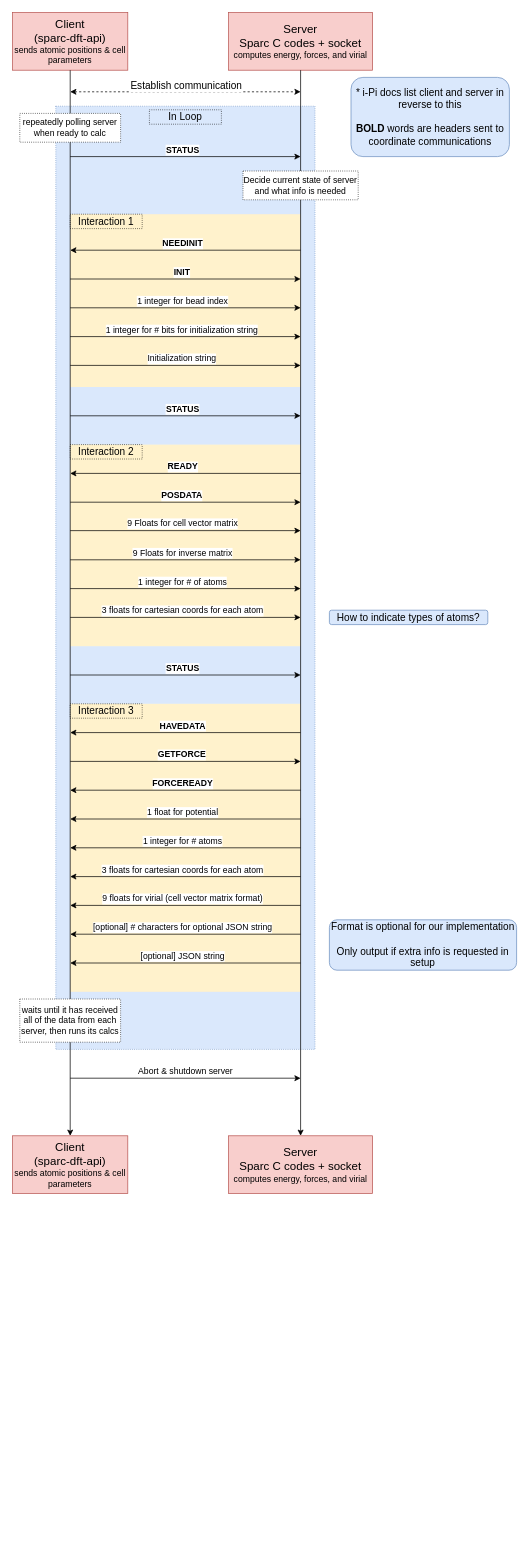
adinhobl/sparc-dft-api keeps this draw.io diagram as sparc/socket/SparcInterface.drawio. Above is the earlier version. Source tidied: cells renumbered, new cells numbered last; positions are measured from the earlier drawing's top-left corner, leaving out a move shared by most shapes. Both pictures are drawn from the tidied source at 72%, with x=0, y=0 at pixel (12, 12).
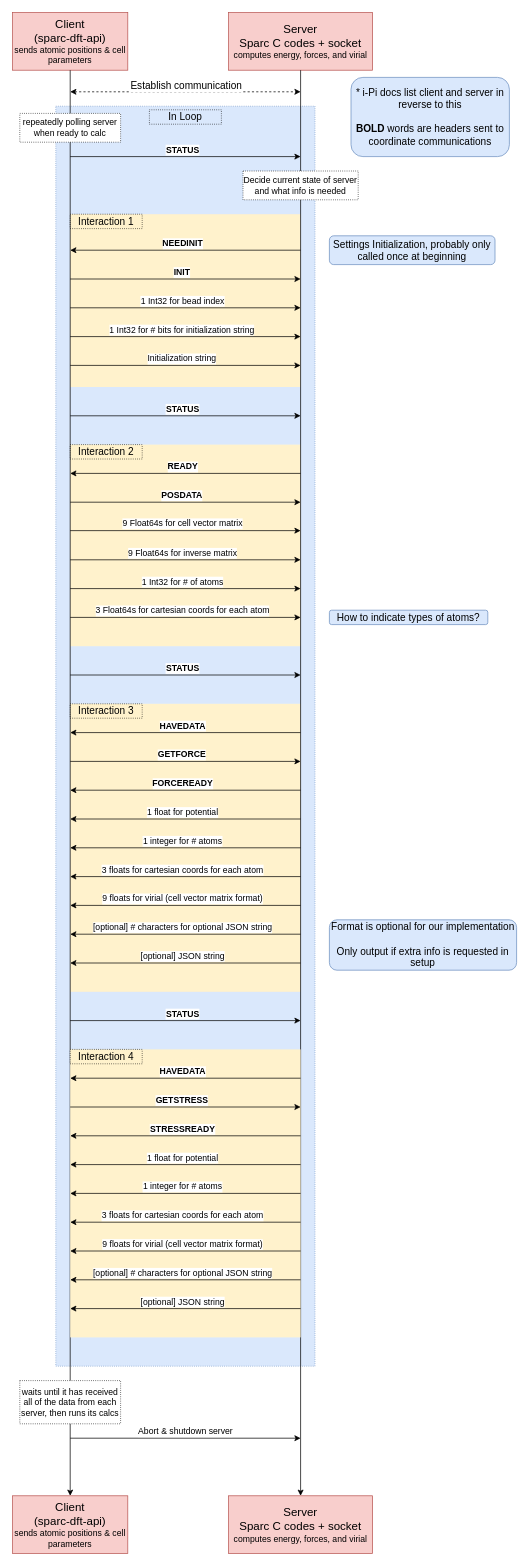
Above is the later version.

The change refers to these unchanged cells:
```xml
<mxCell id="19" style="endArrow=classic;html=1;rounded=0;fontSize=12;" parent="1" edge="1">
  <mxGeometry relative="1" as="geometry">
    <mxPoint x="80" y="410" as="sourcePoint" />
    <mxPoint x="400" y="410" as="targetPoint" />
  </mxGeometry>
</mxCell>
<mxCell id="21" style="endArrow=classic;html=1;rounded=0;fontSize=12;" parent="1" edge="1">
  <mxGeometry relative="1" as="geometry">
    <mxPoint x="80" y="450" as="sourcePoint" />
    <mxPoint x="400" y="450" as="targetPoint" />
  </mxGeometry>
</mxCell>
<mxCell id="33" style="endArrow=classic;html=1;rounded=0;fontSize=12;strokeWidth=1;" parent="1" edge="1">
  <mxGeometry relative="1" as="geometry">
    <mxPoint x="80" y="719.5" as="sourcePoint" />
    <mxPoint x="400" y="719.5" as="targetPoint" />
  </mxGeometry>
</mxCell>
<mxCell id="39" style="endArrow=classic;html=1;rounded=0;fontSize=12;strokeWidth=1;" parent="1" edge="1">
  <mxGeometry relative="1" as="geometry">
    <mxPoint x="80" y="760" as="sourcePoint" />
    <mxPoint x="400" y="760" as="targetPoint" />
  </mxGeometry>
</mxCell>
<mxCell id="41" style="endArrow=classic;html=1;rounded=0;fontSize=12;strokeWidth=1;" parent="1" edge="1">
  <mxGeometry relative="1" as="geometry">
    <mxPoint x="80" y="800" as="sourcePoint" />
    <mxPoint x="400" y="800" as="targetPoint" />
  </mxGeometry>
</mxCell>
<mxCell id="43" style="endArrow=classic;html=1;rounded=0;fontSize=12;strokeWidth=1;" parent="1" edge="1">
  <mxGeometry relative="1" as="geometry">
    <mxPoint x="80" y="840" as="sourcePoint" />
    <mxPoint x="400" y="840" as="targetPoint" />
  </mxGeometry>
</mxCell>
```

The edit, as a diff of the source:
```diff
@@
     <mxCell id="2" style="rounded=0;whiteSpace=wrap;html=1;dashed=1;dashPattern=1 2;fontSize=12;strokeColor=#6c8ebf;fillColor=#dae8fc;" parent="1" vertex="1">
-      <mxGeometry x="60" y="130" width="360" height="1310" as="geometry" />
+      <mxGeometry x="60" y="130" width="360" height="1750" as="geometry" />
     </mxCell>
@@
     <mxCell id="10" value="&lt;font style=&quot;font-size: 16px&quot;&gt;Client &lt;br&gt;(sparc-dft-api)&lt;/font&gt;&lt;br&gt;sends atomic positions &amp;amp; cell parameters" style="text;html=1;strokeColor=#b85450;fillColor=#f8cecc;align=center;verticalAlign=middle;whiteSpace=wrap;rounded=0;" parent="1" vertex="1">
-      <mxGeometry y="1560" width="160" height="80" as="geometry" />
+      <mxGeometry y="2060" width="160" height="80" as="geometry" />
     </mxCell>
     <mxCell id="11" value="&lt;font style=&quot;font-size: 16px&quot;&gt;Server&lt;br&gt;Sparc C codes + socket&lt;br&gt;&lt;/font&gt;computes energy, forces, and virial" style="text;html=1;strokeColor=#b85450;fillColor=#f8cecc;align=center;verticalAlign=middle;whiteSpace=wrap;rounded=0;" parent="1" vertex="1">
-      <mxGeometry x="300" y="1560" width="200" height="80" as="geometry" />
+      <mxGeometry x="300" y="2060" width="200" height="80" as="geometry" />
     </mxCell>
@@
-    <mxCell id="20" value="1 integer for bead index" style="edgeLabel;html=1;align=center;verticalAlign=middle;fontSize=12;" parent="19" vertex="1">
+    <mxCell id="20" value="1 Int32 for bead index" style="edgeLabel;html=1;align=center;verticalAlign=middle;fontSize=12;" parent="19" vertex="1">
       <mxGeometry x="0.57" y="1" relative="1" as="geometry">
         <mxPoint x="-96" y="-9" as="offset" />
       </mxGeometry>
     </mxCell>
@@
-    <mxCell id="22" value="1 integer for # bits for initialization string" style="edgeLabel;html=1;align=center;verticalAlign=middle;fontSize=12;" parent="21" vertex="1">
+    <mxCell id="22" value="1 Int32 for # bits for initialization string" style="edgeLabel;html=1;align=center;verticalAlign=middle;fontSize=12;" parent="21" vertex="1">
       <mxGeometry x="-0.33" y="-1" relative="1" as="geometry">
         <mxPoint x="47" y="-11" as="offset" />
       </mxGeometry>
     </mxCell>
@@
-    <mxCell id="34" value="9 Floats for cell vector matrix" style="edgeLabel;html=1;align=center;verticalAlign=middle;fontSize=12;" parent="33" vertex="1">
+    <mxCell id="34" value="9 Float64s for cell vector matrix" style="edgeLabel;html=1;align=center;verticalAlign=middle;fontSize=12;" parent="33" vertex="1">
       <mxGeometry x="0.57" y="1" relative="1" as="geometry">
         <mxPoint x="-96" y="-9" as="offset" />
       </mxGeometry>
     </mxCell>
@@
-    <mxCell id="40" value="9 Floats for inverse matrix" style="edgeLabel;html=1;align=center;verticalAlign=middle;fontSize=12;" parent="39" vertex="1">
+    <mxCell id="40" value="9 Float64s for inverse matrix" style="edgeLabel;html=1;align=center;verticalAlign=middle;fontSize=12;" parent="39" vertex="1">
       <mxGeometry x="0.57" y="1" relative="1" as="geometry">
         <mxPoint x="-96" y="-9" as="offset" />
       </mxGeometry>
     </mxCell>
@@
-    <mxCell id="42" value="1 integer for # of atoms" style="edgeLabel;html=1;align=center;verticalAlign=middle;fontSize=12;" parent="41" vertex="1">
+    <mxCell id="42" value="1 Int32 for # of atoms" style="edgeLabel;html=1;align=center;verticalAlign=middle;fontSize=12;" parent="41" vertex="1">
       <mxGeometry x="0.57" y="1" relative="1" as="geometry">
         <mxPoint x="-96" y="-9" as="offset" />
       </mxGeometry>
     </mxCell>
@@
-    <mxCell id="44" value="3 floats for cartesian coords for each atom" style="edgeLabel;html=1;align=center;verticalAlign=middle;fontSize=12;" parent="43" vertex="1">
+    <mxCell id="44" value="3 Float64s for cartesian coords for each atom" style="edgeLabel;html=1;align=center;verticalAlign=middle;fontSize=12;" parent="43" vertex="1">
       <mxGeometry x="0.57" y="1" relative="1" as="geometry">
         <mxPoint x="-96" y="-9" as="offset" />
       </mxGeometry>
     </mxCell>
@@
     <mxCell id="68" value="&lt;div&gt;waits until it has received all of the data from each server, then runs its calcs&lt;br&gt;&lt;/div&gt;" style="rounded=0;whiteSpace=wrap;html=1;dashed=1;dashPattern=1 2;fontSize=12;strokeColor=default;" parent="1" vertex="1">
-      <mxGeometry x="10" y="1370" width="140" height="60" as="geometry" />
+      <mxGeometry x="10" y="1900" width="140" height="60" as="geometry" />
     </mxCell>
@@
     <mxCell id="70" style="endArrow=classic;html=1;rounded=0;fontSize=12;strokeWidth=1;" parent="1" edge="1">
       <mxGeometry relative="1" as="geometry">
-        <mxPoint x="80" y="1480" as="sourcePoint" />
-        <mxPoint x="400" y="1480" as="targetPoint" />
+        <mxPoint x="80" y="1980" as="sourcePoint" />
+        <mxPoint x="400" y="1980" as="targetPoint" />
       </mxGeometry>
     </mxCell>
@@
+    <mxCell id="72" style="rounded=0;whiteSpace=wrap;html=1;fontSize=14;fillColor=#fff2cc;strokeColor=none;" parent="1" vertex="1">
+      <mxGeometry x="80" y="1440" width="320" height="400" as="geometry" />
+    </mxCell>
+    <mxCell id="73" style="endArrow=classic;html=1;rounded=0;fontSize=14;" parent="1" edge="1">
+      <mxGeometry relative="1" as="geometry">
+        <mxPoint x="80" y="1400" as="sourcePoint" />
+        <mxPoint x="400" y="1400" as="targetPoint" />
+      </mxGeometry>
+    </mxCell>
+    <mxCell id="74" value="&lt;b&gt;STATUS&lt;/b&gt;" style="edgeLabel;html=1;align=center;verticalAlign=middle;fontSize=12;" parent="73" vertex="1">
+      <mxGeometry x="0.31" y="1" relative="1" as="geometry">
+        <mxPoint x="-55" y="-9" as="offset" />
+      </mxGeometry>
+    </mxCell>
+    <mxCell id="75" value="Interaction 4" style="text;html=1;strokeColor=default;fillColor=none;align=center;verticalAlign=middle;whiteSpace=wrap;rounded=0;fontSize=14;dashed=1;dashPattern=1 2;" parent="1" vertex="1">
+      <mxGeometry x="80" y="1440" width="100" height="20" as="geometry" />
+    </mxCell>
+    <mxCell id="76" style="endArrow=classic;html=1;rounded=0;fontSize=12;" parent="1" edge="1">
+      <mxGeometry relative="1" as="geometry">
+        <mxPoint x="400" y="1480" as="sourcePoint" />
+        <mxPoint x="80" y="1480" as="targetPoint" />
+      </mxGeometry>
+    </mxCell>
+    <mxCell id="77" value="&lt;b&gt;HAVEDATA&lt;/b&gt;" style="edgeLabel;html=1;align=center;verticalAlign=middle;fontSize=12;" parent="76" vertex="1">
+      <mxGeometry x="0.11" y="-4" relative="1" as="geometry">
+        <mxPoint x="13" y="-6" as="offset" />
+      </mxGeometry>
+    </mxCell>
+    <mxCell id="78" style="endArrow=classic;html=1;rounded=0;fontSize=12;" parent="1" edge="1">
+      <mxGeometry relative="1" as="geometry">
+        <mxPoint x="80" y="1520" as="sourcePoint" />
+        <mxPoint x="400" y="1520" as="targetPoint" />
+      </mxGeometry>
+    </mxCell>
+    <mxCell id="79" value="&lt;b&gt;GETSTRESS&lt;/b&gt;" style="edgeLabel;html=1;align=center;verticalAlign=middle;fontSize=12;" parent="78" vertex="1">
+      <mxGeometry x="0.24" y="1" relative="1" as="geometry">
+        <mxPoint x="-44" y="-9" as="offset" />
+      </mxGeometry>
+    </mxCell>
+    <mxCell id="80" style="endArrow=none;html=1;rounded=0;fontSize=12;strokeWidth=1;startArrow=classic;startFill=1;endFill=0;" parent="1" edge="1">
+      <mxGeometry relative="1" as="geometry">
+        <mxPoint x="80" y="1600" as="sourcePoint" />
+        <mxPoint x="400" y="1600" as="targetPoint" />
+      </mxGeometry>
+    </mxCell>
+    <mxCell id="81" value="1 float for potential" style="edgeLabel;html=1;align=center;verticalAlign=middle;fontSize=12;" parent="80" vertex="1">
+      <mxGeometry x="0.57" y="1" relative="1" as="geometry">
+        <mxPoint x="-96" y="-9" as="offset" />
+      </mxGeometry>
+    </mxCell>
+    <mxCell id="82" style="endArrow=classic;html=1;rounded=0;fontSize=12;" parent="1" edge="1">
+      <mxGeometry relative="1" as="geometry">
+        <mxPoint x="400" y="1560" as="sourcePoint" />
+        <mxPoint x="80" y="1560" as="targetPoint" />
+      </mxGeometry>
+    </mxCell>
+    <mxCell id="83" value="&lt;b&gt;STRESSREADY&lt;/b&gt;" style="edgeLabel;html=1;align=center;verticalAlign=middle;fontSize=12;" parent="82" vertex="1">
+      <mxGeometry x="0.11" y="-4" relative="1" as="geometry">
+        <mxPoint x="13" y="-6" as="offset" />
+      </mxGeometry>
+    </mxCell>
+    <mxCell id="84" style="endArrow=none;html=1;rounded=0;fontSize=12;strokeWidth=1;startArrow=classic;startFill=1;endFill=0;" parent="1" edge="1">
+      <mxGeometry relative="1" as="geometry">
+        <mxPoint x="80" y="1640" as="sourcePoint" />
+        <mxPoint x="400" y="1640" as="targetPoint" />
+      </mxGeometry>
+    </mxCell>
+    <mxCell id="85" value="1 integer for # atoms" style="edgeLabel;html=1;align=center;verticalAlign=middle;fontSize=12;" parent="84" vertex="1">
+      <mxGeometry x="0.57" y="1" relative="1" as="geometry">
+        <mxPoint x="-96" y="-9" as="offset" />
+      </mxGeometry>
+    </mxCell>
+    <mxCell id="86" style="endArrow=none;html=1;rounded=0;fontSize=12;strokeWidth=1;startArrow=classic;startFill=1;endFill=0;" parent="1" edge="1">
+      <mxGeometry relative="1" as="geometry">
+        <mxPoint x="80" y="1680" as="sourcePoint" />
+        <mxPoint x="400" y="1680" as="targetPoint" />
+      </mxGeometry>
+    </mxCell>
+    <mxCell id="87" value="3 floats for cartesian coords for each atom" style="edgeLabel;html=1;align=center;verticalAlign=middle;fontSize=12;" parent="86" vertex="1">
+      <mxGeometry x="0.57" y="1" relative="1" as="geometry">
+        <mxPoint x="-96" y="-9" as="offset" />
+      </mxGeometry>
+    </mxCell>
+    <mxCell id="88" style="endArrow=none;html=1;rounded=0;fontSize=12;strokeWidth=1;startArrow=classic;startFill=1;endFill=0;" parent="1" edge="1">
+      <mxGeometry relative="1" as="geometry">
+        <mxPoint x="80" y="1720" as="sourcePoint" />
+        <mxPoint x="400" y="1720" as="targetPoint" />
+      </mxGeometry>
+    </mxCell>
+    <mxCell id="89" value="9 floats for virial (cell vector matrix format)" style="edgeLabel;html=1;align=center;verticalAlign=middle;fontSize=12;" parent="88" vertex="1">
+      <mxGeometry x="0.57" y="1" relative="1" as="geometry">
+        <mxPoint x="-96" y="-9" as="offset" />
+      </mxGeometry>
+    </mxCell>
+    <mxCell id="90" style="endArrow=none;html=1;rounded=0;fontSize=12;strokeWidth=1;startArrow=classic;startFill=1;endFill=0;" parent="1" edge="1">
+      <mxGeometry relative="1" as="geometry">
+        <mxPoint x="80" y="1760" as="sourcePoint" />
+        <mxPoint x="400" y="1760" as="targetPoint" />
+      </mxGeometry>
+    </mxCell>
+    <mxCell id="91" value="[optional] # characters for optional JSON string" style="edgeLabel;html=1;align=center;verticalAlign=middle;fontSize=12;" parent="90" vertex="1">
+      <mxGeometry x="0.57" y="1" relative="1" as="geometry">
+        <mxPoint x="-96" y="-9" as="offset" />
+      </mxGeometry>
+    </mxCell>
+    <mxCell id="92" style="endArrow=none;html=1;rounded=0;fontSize=12;strokeWidth=1;startArrow=classic;startFill=1;endFill=0;" parent="1" edge="1">
+      <mxGeometry relative="1" as="geometry">
+        <mxPoint x="80" y="1800" as="sourcePoint" />
+        <mxPoint x="400" y="1800" as="targetPoint" />
+      </mxGeometry>
+    </mxCell>
+    <mxCell id="93" value="[optional] JSON string" style="edgeLabel;html=1;align=center;verticalAlign=middle;fontSize=12;" parent="92" vertex="1">
+      <mxGeometry x="0.57" y="1" relative="1" as="geometry">
+        <mxPoint x="-96" y="-9" as="offset" />
+      </mxGeometry>
+    </mxCell>
+    <mxCell id="94" value="Settings Initialization, probably only called once at beginning" style="rounded=1;whiteSpace=wrap;html=1;fontSize=14;fillColor=#dae8fc;strokeColor=#6c8ebf;" parent="1" vertex="1">
+      <mxGeometry x="440" y="310" width="230" height="40" as="geometry" />
+    </mxCell>
```
